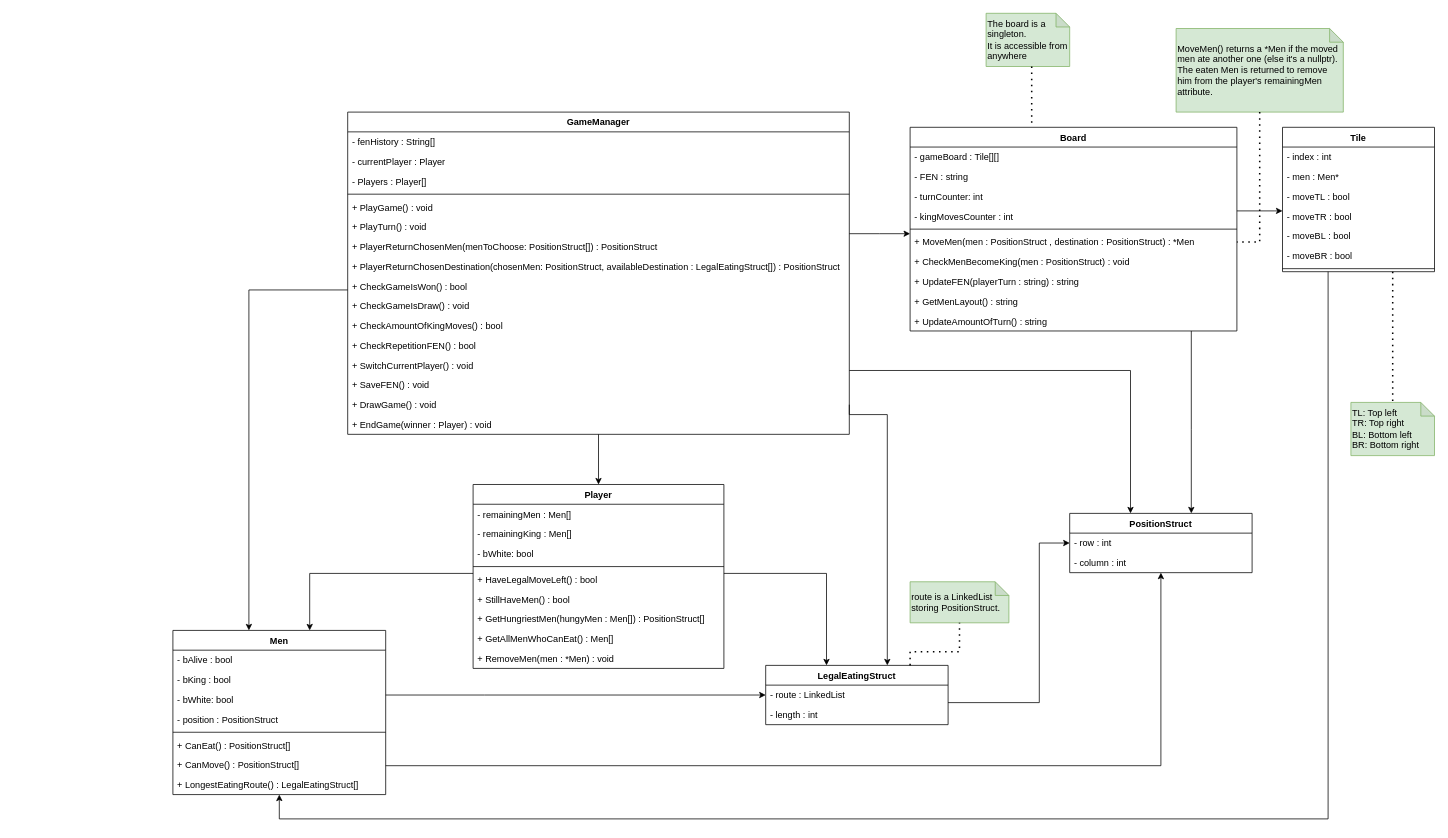
Above: page "Draughts Class Diagrams" (1 of 6) of Draughts.drawio in TheKrillenum/Draught (draw.io), before the change. Source tidied: cells renumbered, new cells numbered last; positions are measured from the earlier drawing's top-left corner, leaving out a move shared by most shapes. Both pictures are drawn from the tidied source at 76%, with x=0, y=0 at pixel (173, 13).
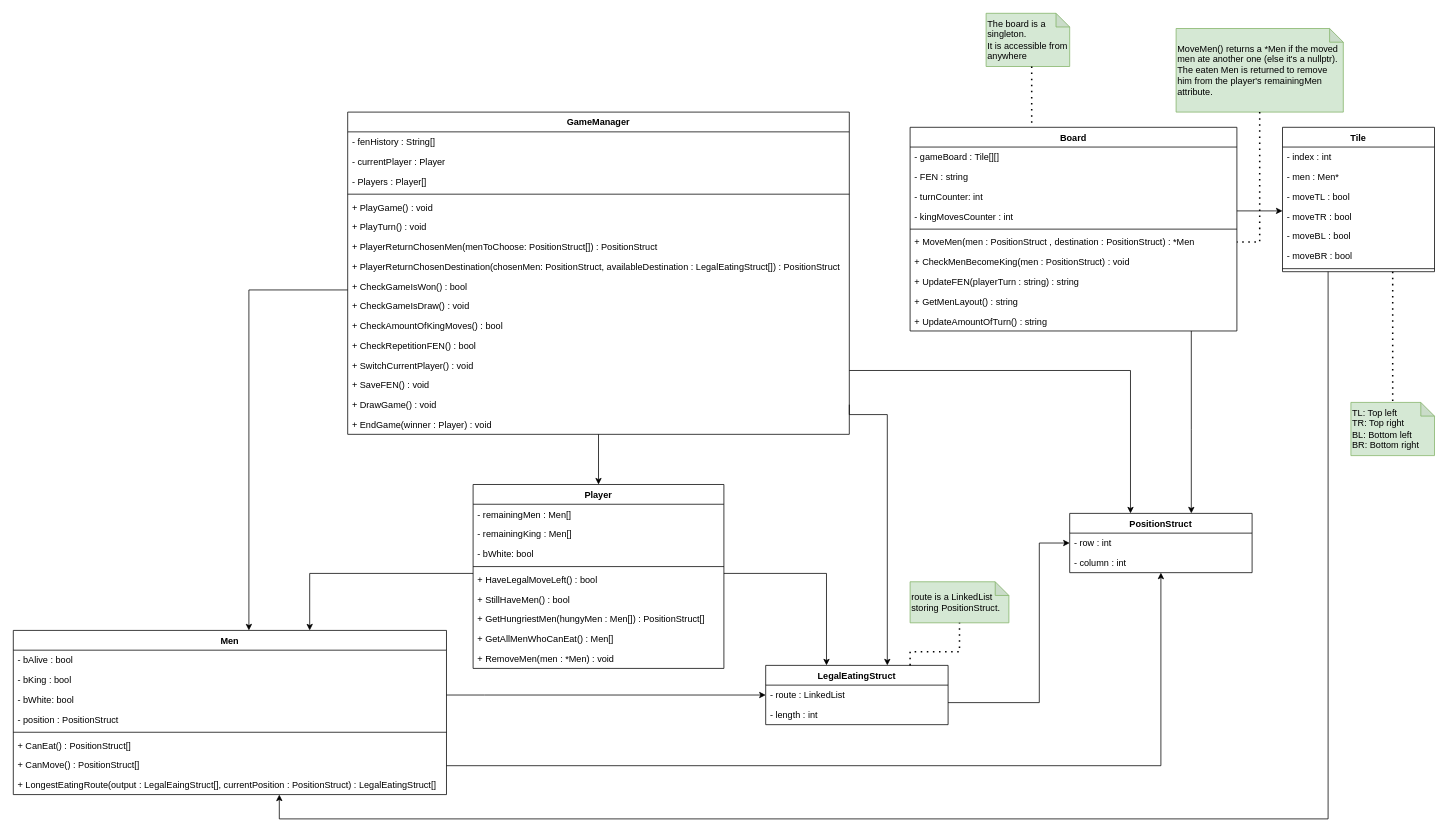
Above is the later version.

The change refers to these unchanged cells:
```xml
<mxCell id="2" value="Board" style="swimlane;fontStyle=1;align=center;verticalAlign=top;horizontal=1;startSize=26;" parent="1" vertex="1">
  <mxGeometry x="970" y="150" width="430" height="268" as="geometry" />
</mxCell>
<mxCell id="13" value="GameManager" style="swimlane;fontStyle=1;align=center;verticalAlign=top;horizontal=1;startSize=26;" parent="1" vertex="1">
  <mxGeometry x="230" y="130" width="660" height="424" as="geometry" />
</mxCell>
```

Change to the diagram source:
```diff
@@
     <mxCell id="30" value="Men" style="swimlane;fontStyle=1;align=center;verticalAlign=top;horizontal=1;startSize=26;" parent="1" vertex="1">
-      <mxGeometry y="812" width="280" height="216" as="geometry" />
+      <mxGeometry x="-210" y="812" width="570" height="216" as="geometry" />
     </mxCell>
     <mxCell id="31" value="- bAlive : bool" style="text;strokeColor=none;fillColor=none;align=left;verticalAlign=top;spacingLeft=4;spacingRight=4;overflow=hidden;" parent="30" vertex="1">
-      <mxGeometry y="26" width="280" height="26" as="geometry" />
+      <mxGeometry y="26" width="570" height="26" as="geometry" />
     </mxCell>
     <mxCell id="32" value="- bKing : bool" style="text;strokeColor=none;fillColor=none;align=left;verticalAlign=top;spacingLeft=4;spacingRight=4;overflow=hidden;" parent="30" vertex="1">
-      <mxGeometry y="52" width="280" height="26" as="geometry" />
+      <mxGeometry y="52" width="570" height="26" as="geometry" />
     </mxCell>
     <mxCell id="33" value="- bWhite: bool" style="text;strokeColor=none;fillColor=none;align=left;verticalAlign=top;spacingLeft=4;spacingRight=4;overflow=hidden;" parent="30" vertex="1">
-      <mxGeometry y="78" width="280" height="26" as="geometry" />
+      <mxGeometry y="78" width="570" height="26" as="geometry" />
     </mxCell>
     <mxCell id="34" value="- position : PositionStruct" style="text;strokeColor=none;fillColor=none;align=left;verticalAlign=top;spacingLeft=4;spacingRight=4;overflow=hidden;" parent="30" vertex="1">
-      <mxGeometry y="104" width="280" height="26" as="geometry" />
+      <mxGeometry y="104" width="570" height="26" as="geometry" />
     </mxCell>
     <mxCell id="35" style="line;strokeWidth=1;fillColor=none;align=left;verticalAlign=middle;spacingTop=-1;spacingLeft=3;spacingRight=3;labelPosition=right;strokeColor=inherit;" parent="30" vertex="1">
-      <mxGeometry y="130" width="280" height="8" as="geometry" />
+      <mxGeometry y="130" width="570" height="8" as="geometry" />
     </mxCell>
     <mxCell id="36" value="+ CanEat() : PositionStruct[]" style="text;strokeColor=none;fillColor=none;align=left;verticalAlign=top;spacingLeft=4;spacingRight=4;overflow=hidden;" parent="30" vertex="1">
-      <mxGeometry y="138" width="280" height="26" as="geometry" />
+      <mxGeometry y="138" width="570" height="26" as="geometry" />
     </mxCell>
     <mxCell id="37" value="+ CanMove() : PositionStruct[]" style="text;strokeColor=none;fillColor=none;align=left;verticalAlign=top;spacingLeft=4;spacingRight=4;overflow=hidden;" parent="30" vertex="1">
-      <mxGeometry y="164" width="280" height="26" as="geometry" />
+      <mxGeometry y="164" width="570" height="26" as="geometry" />
     </mxCell>
-    <mxCell id="38" value="+ LongestEatingRoute() : LegalEatingStruct[]" style="text;strokeColor=none;fillColor=none;align=left;verticalAlign=top;spacingLeft=4;spacingRight=4;overflow=hidden;" parent="30" vertex="1">
-      <mxGeometry y="190" width="280" height="26" as="geometry" />
+    <mxCell id="38" value="+ LongestEatingRoute(output : LegalEaingStruct[], currentPosition : PositionStruct) : LegalEatingStruct[]" style="text;strokeColor=none;fillColor=none;align=left;verticalAlign=top;spacingLeft=4;spacingRight=4;overflow=hidden;" parent="30" vertex="1">
+      <mxGeometry y="190" width="570" height="26" as="geometry" />
     </mxCell>
@@
-    <mxCell id="72" style="edgeStyle=orthogonalEdgeStyle;jettySize=auto;html=1;rounded=0;" parent="1" edge="1" source="13" target="2">
-      <mxGeometry relative="1" as="geometry">
-        <Array as="points">
-          <mxPoint x="930" y="290" />
-          <mxPoint x="930" y="290" />
-        </Array>
-      </mxGeometry>
-    </mxCell>
```
